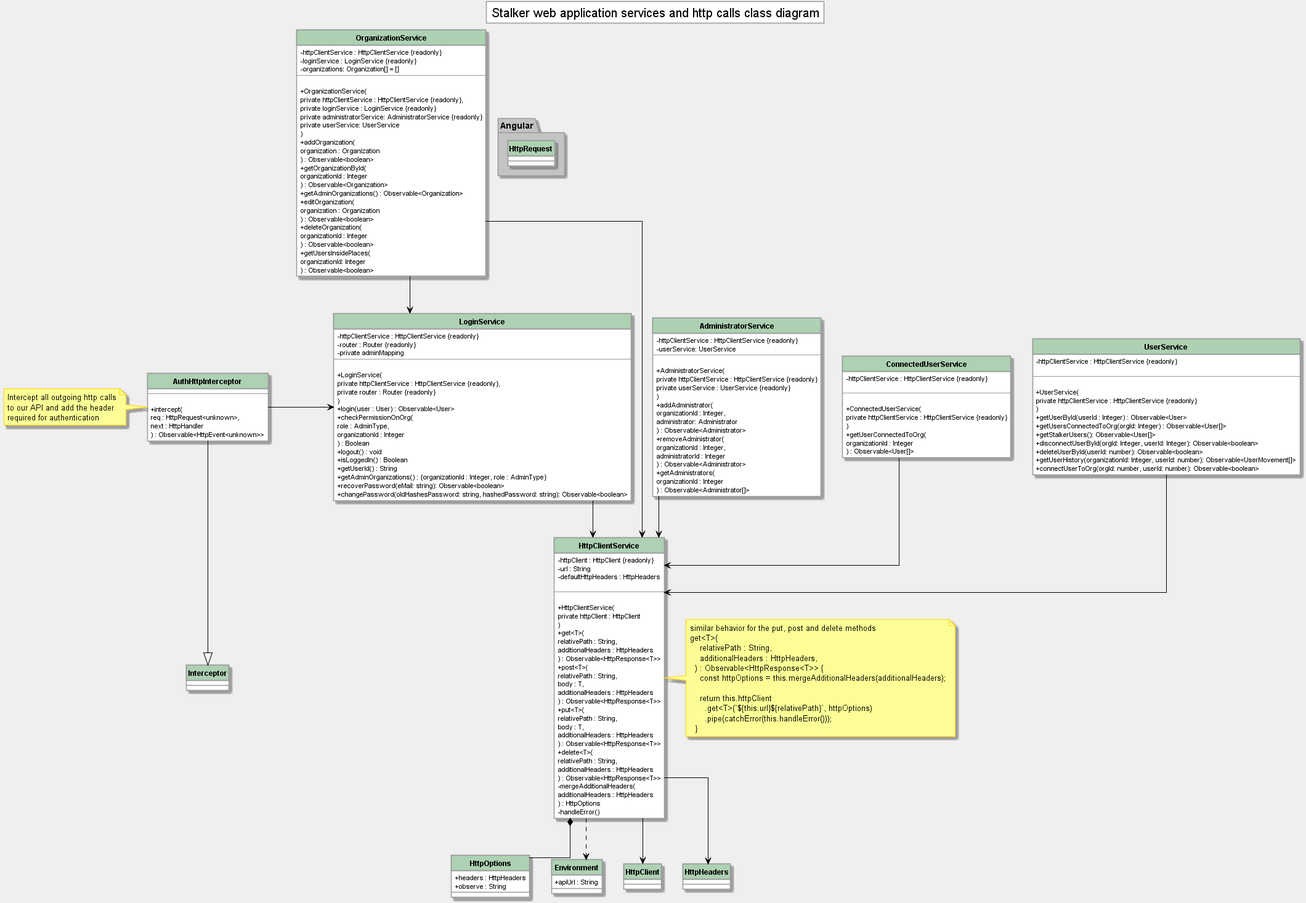
Before: esterni/manuale-manutentore/components/architettura/img/webapp-http-calls-services.png, a diagram exported from PlantUML (GruppOne/project-docs).
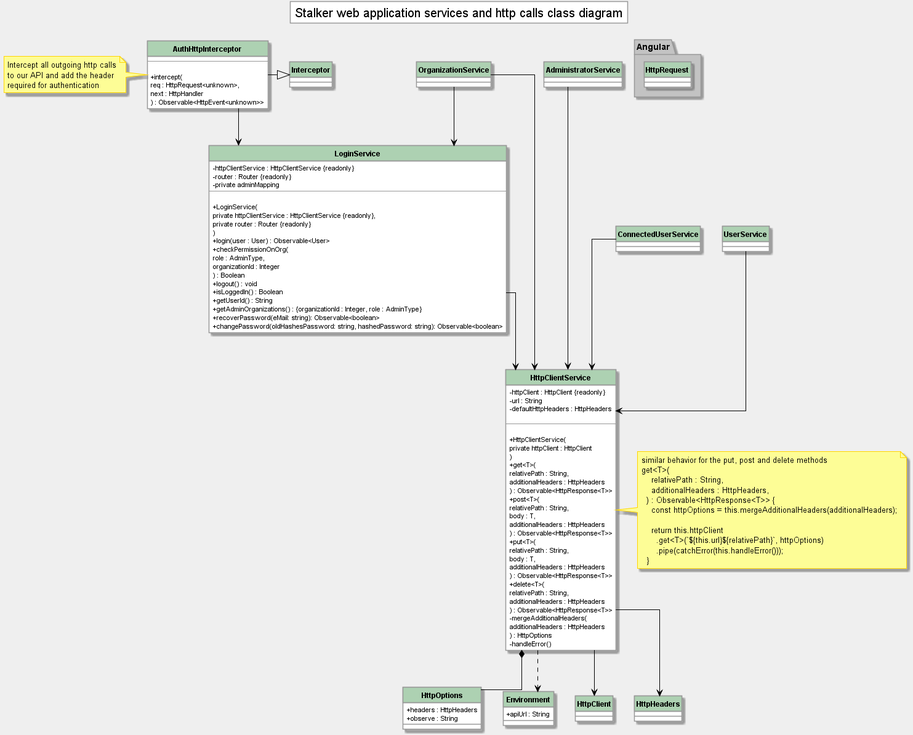
After the commit.

Change to the diagram source:
```diff
@@ -1,13 +1,9 @@
 @startuml http calls to API through services diagram
 !include ../../style/class.pu
 
-!include ../services/administratorservice.pu
 !include ../services/auth-http-interceptorservice.pu
-!include ../services/connected-userservice.pu
 !include ../services/http-clientservice.pu
 !include ../services/loginservice.pu
-!include ../services/organizationservice.pu
-!include ../services/userservice.pu
 
 !include ../classes/Environment/Environment.pu
 
@@ -17,7 +13,7 @@
   class HttpRequest
   class Interceptor
 }
-AdministratorService --> HttpClientService
+AdministratorService ---> HttpClientService
 
 
 ConnectedUserService --> HttpClientService
@@ -31,14 +27,14 @@
 LoginService --> HttpClientService
 
 
-OrganizationService --> HttpClientService
+OrganizationService ---> HttpClientService
 OrganizationService --> LoginService
 
 
 UserService --> HttpClientService
 
 AuthHttpInterceptor -[hidden]> HttpClientService
-AuthHttpInterceptor -> LoginService
-AuthHttpInterceptor --|> Interceptor
+AuthHttpInterceptor --> LoginService
+AuthHttpInterceptor -|> Interceptor
 
 @enduml
```
